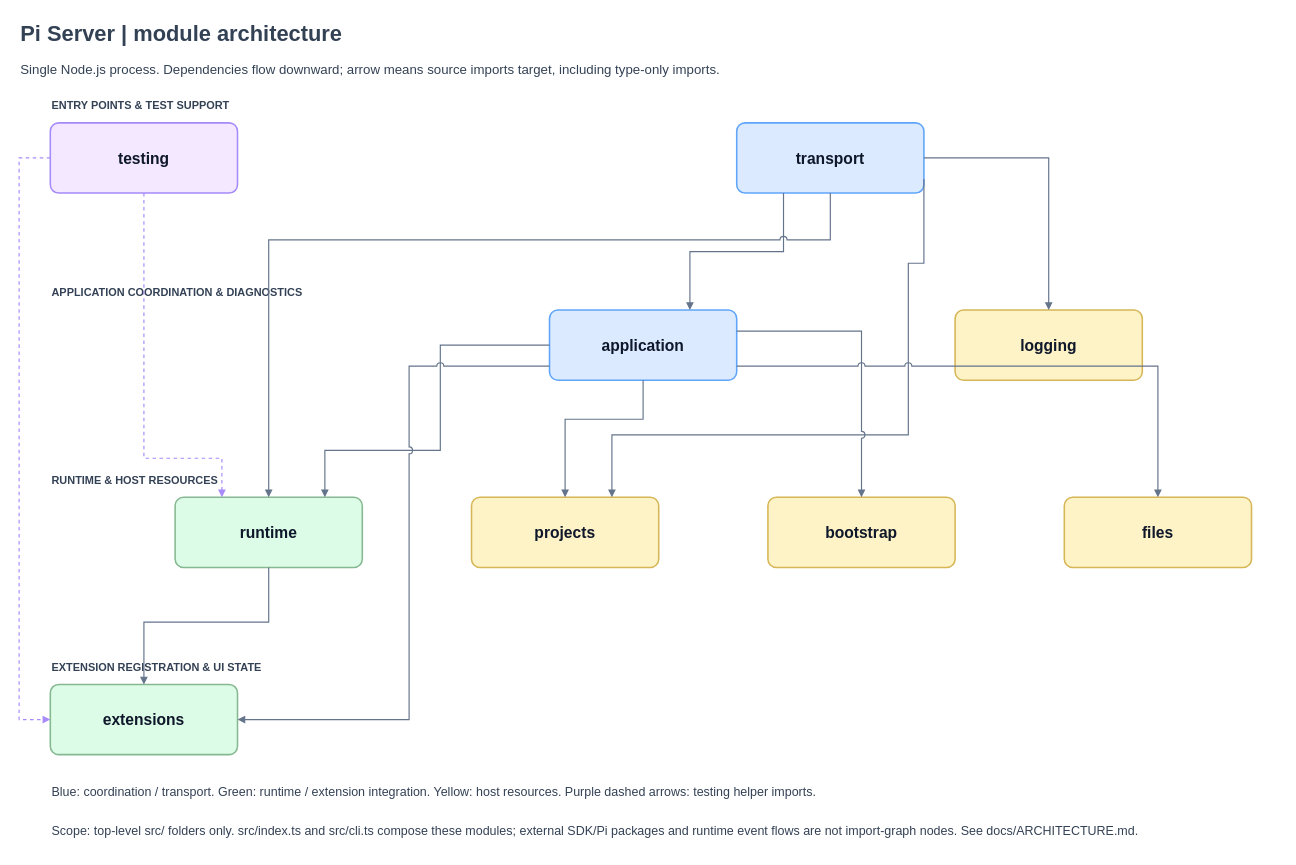
Earlier version of the draw.io diagram docs/architecture.drawio (ManuelSelch/pi-server). Source tidied: cells renumbered, new cells numbered last; positions are measured from the earlier drawing's top-left corner, leaving out a move shared by most shapes. Both pictures are drawn from the tidied source at 78%, with x=0, y=0 at pixel (19, 13).
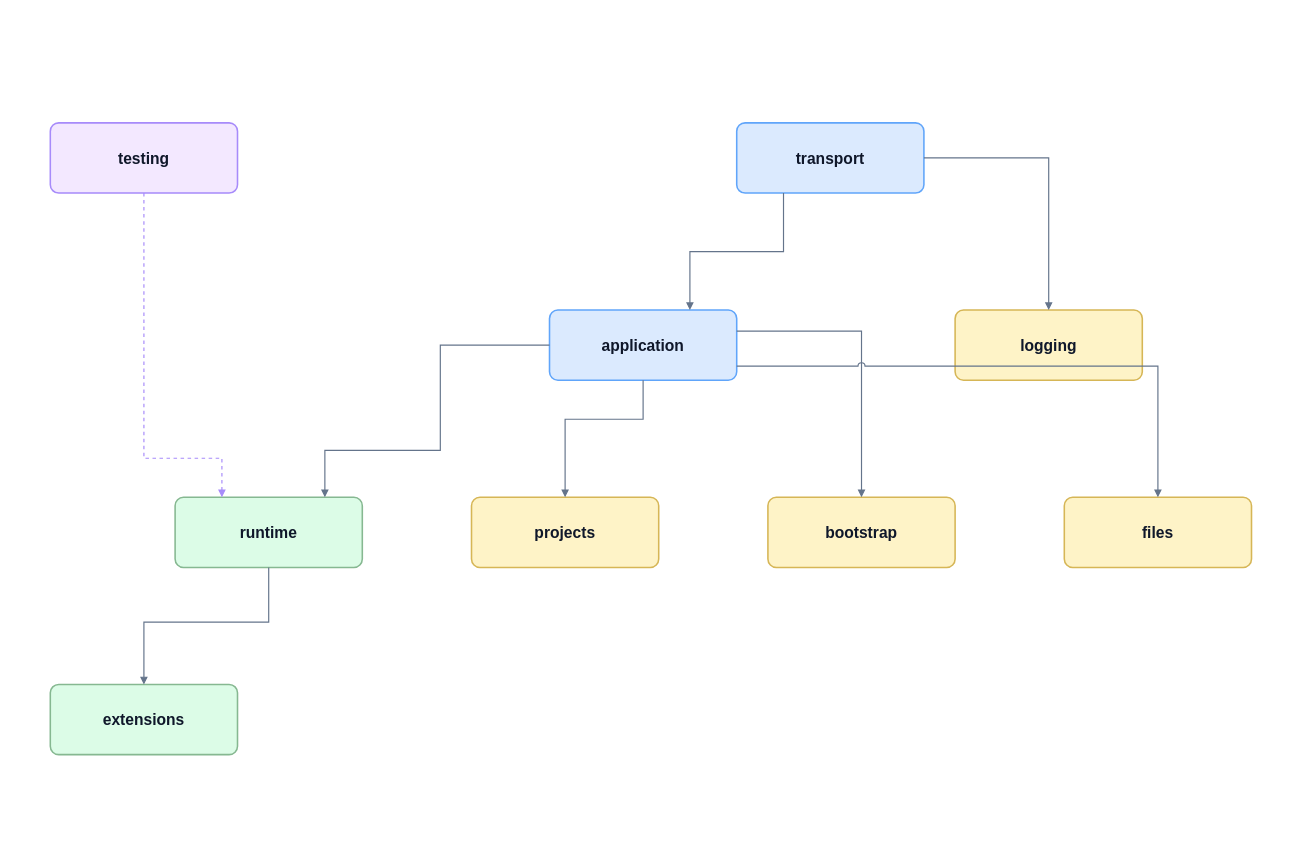
After the change.

Commit message (it also covers changes not shown here):
docs(architecture): simplify dependencies and remove diagram headings

Unchanged cells that the change refers to:
```xml
<mxCell id="8" value="testing" style="rounded=1;arcSize=12;whiteSpace=wrap;html=1;fillColor=#f3e8ff;strokeColor=#a78bfa;strokeWidth=2;fontColor=#0f172a;fontSize=20;fontStyle=1;" parent="1" vertex="1">
  <mxGeometry x="40" y="140" width="240" height="90" as="geometry" />
</mxCell>
<mxCell id="9" value="transport" style="rounded=1;arcSize=12;whiteSpace=wrap;html=1;fillColor=#dbeafe;strokeColor=#60a5fa;strokeWidth=2;fontColor=#0f172a;fontSize=20;fontStyle=1;" parent="1" vertex="1">
  <mxGeometry x="920" y="140" width="240" height="90" as="geometry" />
</mxCell>
<mxCell id="10" value="application" style="rounded=1;arcSize=12;whiteSpace=wrap;html=1;fillColor=#dbeafe;strokeColor=#60a5fa;strokeWidth=2;fontColor=#0f172a;fontSize=20;fontStyle=1;" parent="1" vertex="1">
  <mxGeometry x="680" y="380" width="240" height="90" as="geometry" />
</mxCell>
<mxCell id="12" value="runtime" style="rounded=1;arcSize=12;whiteSpace=wrap;html=1;fillColor=#dcfce7;strokeColor=#86b891;strokeWidth=2;fontColor=#0f172a;fontSize=20;fontStyle=1;" parent="1" vertex="1">
  <mxGeometry x="200" y="620" width="240" height="90" as="geometry" />
</mxCell>
<mxCell id="13" value="projects" style="rounded=1;arcSize=12;whiteSpace=wrap;html=1;fillColor=#fef3c7;strokeColor=#d6b656;strokeWidth=2;fontColor=#0f172a;fontSize=20;fontStyle=1;" parent="1" vertex="1">
  <mxGeometry x="580" y="620" width="240" height="90" as="geometry" />
</mxCell>
<mxCell id="16" value="extensions" style="rounded=1;arcSize=12;whiteSpace=wrap;html=1;fillColor=#dcfce7;strokeColor=#86b891;strokeWidth=2;fontColor=#0f172a;fontSize=20;fontStyle=1;" parent="1" vertex="1">
  <mxGeometry x="40" y="860" width="240" height="90" as="geometry" />
</mxCell>
```

Diff of the diagram source:
```diff
@@
-    <mxCell id="2" value="Pi Server | module architecture" style="text;html=0;align=left;verticalAlign=middle;whiteSpace=wrap;fontColor=#334155;fontSize=28;fontStyle=1;" parent="1" vertex="1">
-      <mxGeometry width="1620" height="50" as="geometry" />
-    </mxCell>
-    <mxCell id="3" value="Single Node.js process. Dependencies flow downward; arrow means source imports target, including type-only imports." style="text;html=0;align=left;verticalAlign=middle;whiteSpace=wrap;fontColor=#334155;fontSize=17;fontStyle=0;" parent="1" vertex="1">
-      <mxGeometry y="55" width="1620" height="35" as="geometry" />
-    </mxCell>
-    <mxCell id="4" value="ENTRY POINTS &amp; TEST SUPPORT" style="text;html=0;align=left;verticalAlign=middle;whiteSpace=wrap;fontColor=#334155;fontSize=14;fontStyle=1;" parent="1" vertex="1">
-      <mxGeometry x="40" y="105" width="1500" height="25" as="geometry" />
-    </mxCell>
-    <mxCell id="5" value="APPLICATION COORDINATION &amp; DIAGNOSTICS" style="text;html=0;align=left;verticalAlign=middle;whiteSpace=wrap;fontColor=#334155;fontSize=14;fontStyle=1;" parent="1" vertex="1">
-      <mxGeometry x="40" y="345" width="1500" height="25" as="geometry" />
-    </mxCell>
-    <mxCell id="6" value="RUNTIME &amp; HOST RESOURCES" style="text;html=0;align=left;verticalAlign=middle;whiteSpace=wrap;fontColor=#334155;fontSize=14;fontStyle=1;" parent="1" vertex="1">
-      <mxGeometry x="40" y="585" width="1500" height="25" as="geometry" />
-    </mxCell>
-    <mxCell id="7" value="EXTENSION REGISTRATION &amp; UI STATE" style="text;html=0;align=left;verticalAlign=middle;whiteSpace=wrap;fontColor=#334155;fontSize=14;fontStyle=1;" parent="1" vertex="1">
-      <mxGeometry x="40" y="825" width="1500" height="25" as="geometry" />
-    </mxCell>
@@
-    <mxCell id="19" style="edgeStyle=orthogonalEdgeStyle;rounded=0;html=1;endArrow=block;endFill=1;strokeColor=#64748b;strokeWidth=1.5;jumpStyle=arc;jumpSize=8;exitX=0.5;exitY=1;entryX=0.5;entryY=0;exitDx=0;exitDy=0;entryDx=0;entryDy=0;" parent="1" edge="1" source="9" target="12">
-      <mxGeometry relative="1" as="geometry">
-        <Array as="points">
-          <mxPoint x="1040" y="290" />
-          <mxPoint x="320" y="290" />
-        </Array>
-      </mxGeometry>
-    </mxCell>
-    <mxCell id="20" style="edgeStyle=orthogonalEdgeStyle;rounded=0;html=1;endArrow=block;endFill=1;strokeColor=#64748b;strokeWidth=1.5;jumpStyle=arc;jumpSize=8;exitX=1;exitY=0.8;entryX=0.75;entryY=0;exitDx=0;exitDy=0;entryDx=0;entryDy=0;" parent="1" edge="1" source="9" target="13">
-      <mxGeometry relative="1" as="geometry">
-        <Array as="points">
-          <mxPoint x="1160" y="320" />
-          <mxPoint x="1140" y="320" />
-          <mxPoint x="1140" y="540" />
-          <mxPoint x="760" y="540" />
-        </Array>
-      </mxGeometry>
-    </mxCell>
@@
-    <mxCell id="25" style="edgeStyle=orthogonalEdgeStyle;rounded=0;html=1;endArrow=block;endFill=1;strokeColor=#64748b;strokeWidth=1.5;jumpStyle=arc;jumpSize=8;exitX=0;exitY=0.8;entryX=1;entryY=0.5;exitDx=0;exitDy=0;entryDx=0;entryDy=0;" parent="1" edge="1" source="10" target="16">
-      <mxGeometry relative="1" as="geometry">
-        <Array as="points">
-          <mxPoint x="500" y="452" />
-          <mxPoint x="500" y="905" />
-        </Array>
-      </mxGeometry>
-    </mxCell>
@@
-    <mxCell id="28" style="edgeStyle=orthogonalEdgeStyle;rounded=0;html=1;endArrow=block;endFill=1;strokeColor=#a78bfa;strokeWidth=1.5;jumpStyle=arc;jumpSize=8;exitX=0;exitY=0.5;entryX=0;entryY=0.5;exitDx=0;exitDy=0;entryDx=0;entryDy=0;dashed=1;" parent="1" edge="1" source="8" target="16">
-      <mxGeometry relative="1" as="geometry">
-        <Array as="points">
-          <mxPoint y="185" />
-          <mxPoint y="905" />
-        </Array>
-      </mxGeometry>
-    </mxCell>
-    <mxCell id="29" value="Blue: coordination / transport. Green: runtime / extension integration. Yellow: host resources. Purple dashed arrows: testing helper imports." style="text;html=0;align=left;verticalAlign=middle;whiteSpace=wrap;fontColor=#334155;fontSize=16;fontStyle=0;" parent="1" vertex="1">
-      <mxGeometry x="40" y="980" width="1540" height="35" as="geometry" />
-    </mxCell>
-    <mxCell id="30" value="Scope: top-level src/ folders only. src/index.ts and src/cli.ts compose these modules; external SDK/Pi packages and runtime event flows are not import-graph nodes. See docs/ARCHITECTURE.md." style="text;html=0;align=left;verticalAlign=middle;whiteSpace=wrap;fontColor=#334155;fontSize=16;fontStyle=0;" parent="1" vertex="1">
-      <mxGeometry x="40" y="1020" width="1540" height="55" as="geometry" />
-    </mxCell>
```
